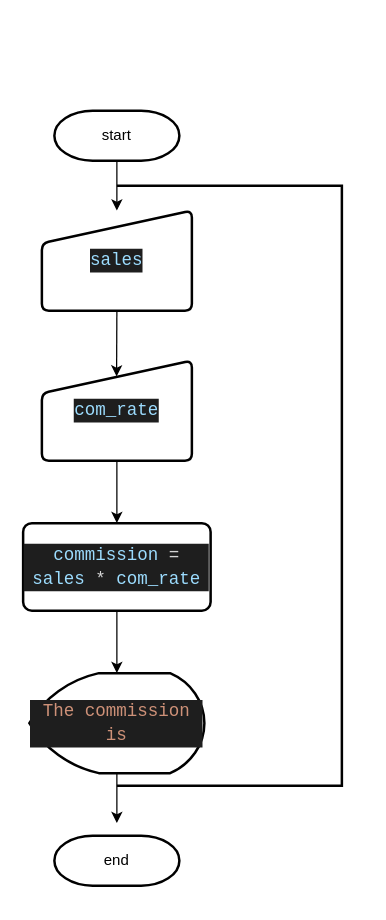
Thanormsaksudsee/INET-Python keeps this draw.io diagram as L03test/REPETITION.drawio. Above is the earlier version. Source tidied: cells renumbered, new cells numbered last; positions are measured from the earlier drawing's top-left corner, leaving out a move shared by most shapes. Both pictures are drawn from the tidied source at 125%, with x=0, y=0 at pixel (22, 110).
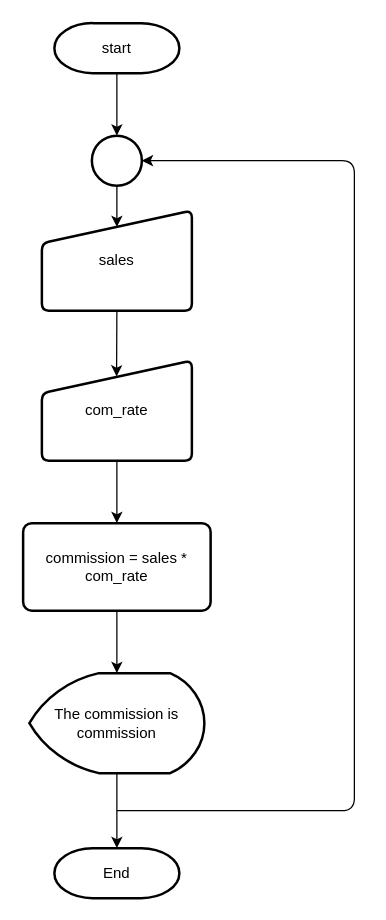
After the change.

What changed in the source:
```diff
@@
 <mxGraphModel>
   <root>
     <mxCell id="0" />
     <mxCell id="1" parent="0" />
-    <mxCell id="2" style="edgeStyle=none;html=1;exitX=0.5;exitY=1;exitDx=0;exitDy=0;exitPerimeter=0;" parent="1" edge="1" source="3" target="9">
-      <mxGeometry relative="1" as="geometry" />
-    </mxCell>
+    <mxCell id="14" style="edgeStyle=none;html=1;exitX=0.5;exitY=1;exitDx=0;exitDy=0;exitPerimeter=0;entryX=0.5;entryY=0;entryDx=0;entryDy=0;entryPerimeter=0;" parent="1" edge="1" source="3" target="17">
+      <mxGeometry relative="1" as="geometry" />
+    </mxCell>
     <mxCell id="3" value="start" style="strokeWidth=2;html=1;shape=mxgraph.flowchart.terminator;whiteSpace=wrap;" parent="1" vertex="1">
-      <mxGeometry x="25" width="100" height="40" as="geometry" />
+      <mxGeometry x="25" y="-70" width="100" height="40" as="geometry" />
     </mxCell>
     <mxCell id="4" style="edgeStyle=none;html=1;exitX=0.5;exitY=1;exitDx=0;exitDy=0;entryX=0.5;entryY=0;entryDx=0;entryDy=0;entryPerimeter=0;" parent="1" edge="1" source="5" target="7">
       <mxGeometry relative="1" as="geometry" />
     </mxCell>
-    <mxCell id="5" value="&#10;&#10;&lt;div style=&quot;color: rgb(212, 212, 212); background-color: rgb(30, 30, 30); font-family: consolas, &amp;quot;courier new&amp;quot;, monospace; font-weight: normal; font-size: 14px; line-height: 19px;&quot;&gt;&lt;div&gt;&lt;span style=&quot;color: #9cdcfe&quot;&gt;commission&lt;/span&gt;&lt;span style=&quot;color: #d4d4d4&quot;&gt; = &lt;/span&gt;&lt;span style=&quot;color: #9cdcfe&quot;&gt;sales&lt;/span&gt;&lt;span style=&quot;color: #d4d4d4&quot;&gt; * &lt;/span&gt;&lt;span style=&quot;color: #9cdcfe&quot;&gt;com_rate&lt;/span&gt;&lt;/div&gt;&lt;div&gt;&lt;span style=&quot;color: #dcdcaa&quot;&gt;&lt;/span&gt;&lt;/div&gt;&lt;/div&gt;&#10;&#10;" style="rounded=1;whiteSpace=wrap;html=1;absoluteArcSize=1;arcSize=14;strokeWidth=2;" parent="1" vertex="1">
+    <mxCell id="5" value="commission = sales * com_rate" style="rounded=1;whiteSpace=wrap;html=1;absoluteArcSize=1;arcSize=14;strokeWidth=2;" parent="1" vertex="1">
       <mxGeometry y="330" width="150" height="70" as="geometry" />
     </mxCell>
-    <mxCell id="6" style="edgeStyle=none;html=1;exitX=0.5;exitY=1;exitDx=0;exitDy=0;exitPerimeter=0;" parent="1" edge="1" source="7">
-      <mxGeometry relative="1" as="geometry">
-        <mxPoint x="75" y="570" as="targetPoint" />
-      </mxGeometry>
-    </mxCell>
+    <mxCell id="15" style="edgeStyle=none;html=1;exitX=0.5;exitY=1;exitDx=0;exitDy=0;exitPerimeter=0;entryX=0.5;entryY=0;entryDx=0;entryDy=0;entryPerimeter=0;" parent="1" edge="1" source="7" target="12">
+      <mxGeometry relative="1" as="geometry">
+        <Array as="points">
+          <mxPoint x="75" y="560" />
+        </Array>
+      </mxGeometry>
+    </mxCell>
-    <mxCell id="7" value="&#10;&#10;&lt;div style=&quot;color: rgb(212, 212, 212); background-color: rgb(30, 30, 30); font-family: consolas, &amp;quot;courier new&amp;quot;, monospace; font-weight: normal; font-size: 14px; line-height: 19px;&quot;&gt;&lt;div&gt;&lt;span style=&quot;color: #ce9178&quot;&gt;The commission is&lt;/span&gt;&lt;/div&gt;&lt;/div&gt;&#10;&#10;" style="strokeWidth=2;html=1;shape=mxgraph.flowchart.display;whiteSpace=wrap;" parent="1" vertex="1">
+    <mxCell id="7" value="The commission is commission" style="strokeWidth=2;html=1;shape=mxgraph.flowchart.display;whiteSpace=wrap;" parent="1" vertex="1">
       <mxGeometry x="5" y="450" width="140" height="80" as="geometry" />
     </mxCell>
     <mxCell id="8" style="edgeStyle=none;html=1;exitX=0.5;exitY=1;exitDx=0;exitDy=0;entryX=0.498;entryY=0.158;entryDx=0;entryDy=0;entryPerimeter=0;" parent="1" edge="1" source="9" target="11">
       <mxGeometry relative="1" as="geometry" />
     </mxCell>
-    <mxCell id="9" value="&#10;&#10;&lt;div style=&quot;color: rgb(212, 212, 212); background-color: rgb(30, 30, 30); font-family: consolas, &amp;quot;courier new&amp;quot;, monospace; font-weight: normal; font-size: 14px; line-height: 19px;&quot;&gt;&lt;div&gt;&lt;span style=&quot;color: #9cdcfe&quot;&gt;sales&lt;/span&gt;&lt;/div&gt;&lt;/div&gt;&#10;&#10;" style="html=1;strokeWidth=2;shape=manualInput;whiteSpace=wrap;rounded=1;size=26;arcSize=11;" parent="1" vertex="1">
+    <mxCell id="9" value="sales" style="html=1;strokeWidth=2;shape=manualInput;whiteSpace=wrap;rounded=1;size=26;arcSize=11;" parent="1" vertex="1">
       <mxGeometry x="15" y="80" width="120" height="80" as="geometry" />
     </mxCell>
     <mxCell id="10" style="edgeStyle=none;html=1;exitX=0.5;exitY=1;exitDx=0;exitDy=0;entryX=0.5;entryY=0;entryDx=0;entryDy=0;" parent="1" edge="1" source="11" target="5">
       <mxGeometry relative="1" as="geometry" />
     </mxCell>
-    <mxCell id="11" value="&#10;&#10;&lt;div style=&quot;color: rgb(212, 212, 212); background-color: rgb(30, 30, 30); font-family: consolas, &amp;quot;courier new&amp;quot;, monospace; font-weight: normal; font-size: 14px; line-height: 19px;&quot;&gt;&lt;div&gt;&lt;span style=&quot;color: #9cdcfe&quot;&gt;com_rate&lt;/span&gt;&lt;/div&gt;&lt;/div&gt;&#10;&#10;" style="html=1;strokeWidth=2;shape=manualInput;whiteSpace=wrap;rounded=1;size=26;arcSize=11;" parent="1" vertex="1">
+    <mxCell id="11" value="com_rate" style="html=1;strokeWidth=2;shape=manualInput;whiteSpace=wrap;rounded=1;size=26;arcSize=11;" parent="1" vertex="1">
       <mxGeometry x="15" y="200" width="120" height="80" as="geometry" />
     </mxCell>
-    <mxCell id="12" value="end" style="strokeWidth=2;html=1;shape=mxgraph.flowchart.terminator;whiteSpace=wrap;" parent="1" vertex="1">
-      <mxGeometry x="25" y="580" width="100" height="40" as="geometry" />
+    <mxCell id="12" value="End" style="strokeWidth=2;html=1;shape=mxgraph.flowchart.terminator;whiteSpace=wrap;" parent="1" vertex="1">
+      <mxGeometry x="25" y="590" width="100" height="40" as="geometry" />
     </mxCell>
-    <mxCell id="13" value="&lt;br&gt;" style="strokeWidth=2;html=1;shape=mxgraph.flowchart.annotation_1;align=left;rotation=-180;" parent="1" vertex="1">
-      <mxGeometry x="75" y="60" width="180" height="480" as="geometry" />
-    </mxCell>
+    <mxCell id="16" style="edgeStyle=none;html=1;exitX=0.5;exitY=1;exitDx=0;exitDy=0;exitPerimeter=0;entryX=0.5;entryY=0.163;entryDx=0;entryDy=0;entryPerimeter=0;" parent="1" edge="1" source="17" target="9">
+      <mxGeometry relative="1" as="geometry" />
+    </mxCell>
+    <mxCell id="17" style="strokeWidth=2;html=1;shape=mxgraph.flowchart.start_2;whiteSpace=wrap;" parent="1" vertex="1">
+      <mxGeometry x="55" y="20" width="40" height="40" as="geometry" />
+    </mxCell>
+    <mxCell id="18" style="endArrow=classic;html=1;entryX=1;entryY=0.5;entryDx=0;entryDy=0;entryPerimeter=0;" parent="1" edge="1" target="17">
+      <mxGeometry relative="1" as="geometry">
+        <mxPoint x="75" y="560" as="sourcePoint" />
+        <Array as="points">
+          <mxPoint x="115" y="560" />
+          <mxPoint x="265" y="560" />
+          <mxPoint x="265" y="40" />
+        </Array>
+      </mxGeometry>
+    </mxCell>
   </root>
 </mxGraphModel>
```
